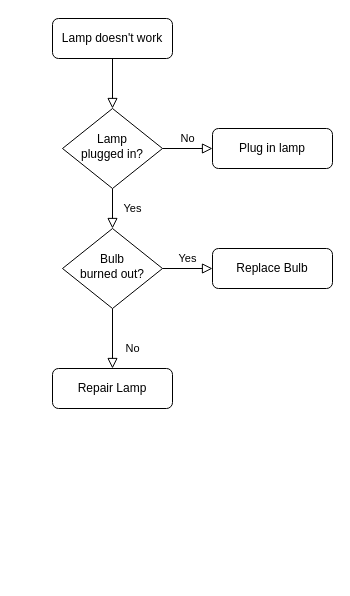
Earlier version of the draw.io diagram Revelation-Diary/Source/FlowChart/MyPage.drawio (Revelation-22/Revelation-Diary). Source tidied: cells renumbered, new cells numbered last; positions are measured from the earlier drawing's top-left corner, leaving out a move shared by most shapes. Both pictures are drawn from the tidied source at 100%, with x=0, y=0 at pixel (52, 18).
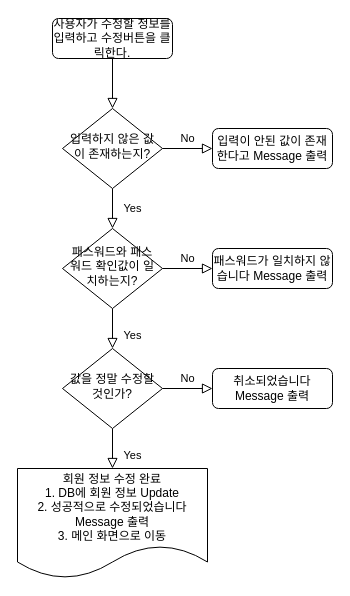
Above is the later version.

Change to the diagram source:
```diff
@@
 <mxGraphModel>
   <root>
     <mxCell id="0" />
     <mxCell id="1" parent="0" />
     <mxCell id="2" style="rounded=0;html=1;jettySize=auto;fontSize=11;endArrow=block;endFill=0;endSize=8;strokeWidth=1;shadow=0;labelBackgroundColor=none;edgeStyle=orthogonalEdgeStyle;" parent="1" edge="1" source="3" target="6">
       <mxGeometry relative="1" as="geometry" />
     </mxCell>
-    <mxCell id="3" value="Lamp doesn't work" style="rounded=1;whiteSpace=wrap;html=1;fontSize=12;glass=0;strokeWidth=1;shadow=0;" parent="1" vertex="1">
+    <mxCell id="3" value="사용자가 수정할 정보를 입력하고 수정버튼을 클릭한다." style="rounded=1;whiteSpace=wrap;html=1;fontSize=12;glass=0;strokeWidth=1;shadow=0;" parent="1" vertex="1">
       <mxGeometry width="120" height="40" as="geometry" />
     </mxCell>
     <mxCell id="4" value="Yes" style="rounded=0;html=1;jettySize=auto;fontSize=11;endArrow=block;endFill=0;endSize=8;strokeWidth=1;shadow=0;labelBackgroundColor=none;edgeStyle=orthogonalEdgeStyle;" parent="1" edge="1" source="6" target="10">
       <mxGeometry y="20" relative="1" as="geometry" />
     </mxCell>
     <mxCell id="5" value="No" style="edgeStyle=orthogonalEdgeStyle;rounded=0;html=1;jettySize=auto;fontSize=11;endArrow=block;endFill=0;endSize=8;strokeWidth=1;shadow=0;labelBackgroundColor=none;" parent="1" edge="1" source="6" target="7">
       <mxGeometry y="10" relative="1" as="geometry" />
     </mxCell>
-    <mxCell id="6" value="Lamp&lt;br&gt;plugged in?" style="rhombus;whiteSpace=wrap;html=1;shadow=0;fontFamily=Helvetica;fontSize=12;align=center;strokeWidth=1;spacing=6;spacingTop=-4;" parent="1" vertex="1">
+    <mxCell id="6" value="입력하지 않은 값이 존재하는지?" style="rhombus;whiteSpace=wrap;html=1;shadow=0;fontFamily=Helvetica;fontSize=12;align=center;strokeWidth=1;spacing=6;spacingTop=-4;" parent="1" vertex="1">
       <mxGeometry x="10" y="90" width="100" height="80" as="geometry" />
     </mxCell>
-    <mxCell id="7" value="Plug in lamp" style="rounded=1;whiteSpace=wrap;html=1;fontSize=12;glass=0;strokeWidth=1;shadow=0;" parent="1" vertex="1">
+    <mxCell id="7" value="입력이 안된 값이 존재한다고 Message 출력" style="rounded=1;whiteSpace=wrap;html=1;fontSize=12;glass=0;strokeWidth=1;shadow=0;" parent="1" vertex="1">
       <mxGeometry x="160" y="110" width="120" height="40" as="geometry" />
     </mxCell>
-    <mxCell id="8" value="No" style="rounded=0;html=1;jettySize=auto;fontSize=11;endArrow=block;endFill=0;endSize=8;strokeWidth=1;shadow=0;labelBackgroundColor=none;edgeStyle=orthogonalEdgeStyle;" parent="1" edge="1" source="10" target="11">
+    <mxCell id="8" value="Yes" style="rounded=0;html=1;jettySize=auto;fontSize=11;endArrow=block;endFill=0;endSize=8;strokeWidth=1;shadow=0;labelBackgroundColor=none;edgeStyle=orthogonalEdgeStyle;entryX=0.5;entryY=0;entryDx=0;entryDy=0;" parent="1" edge="1" source="10" target="15">
       <mxGeometry x="0.33" y="20" relative="1" as="geometry" />
     </mxCell>
-    <mxCell id="9" value="Yes" style="edgeStyle=orthogonalEdgeStyle;rounded=0;html=1;jettySize=auto;fontSize=11;endArrow=block;endFill=0;endSize=8;strokeWidth=1;shadow=0;labelBackgroundColor=none;" parent="1" edge="1" source="10" target="12">
+    <mxCell id="9" value="No" style="edgeStyle=orthogonalEdgeStyle;rounded=0;html=1;jettySize=auto;fontSize=11;endArrow=block;endFill=0;endSize=8;strokeWidth=1;shadow=0;labelBackgroundColor=none;" parent="1" edge="1" source="10" target="12">
       <mxGeometry y="10" relative="1" as="geometry" />
     </mxCell>
-    <mxCell id="10" value="Bulb&lt;br&gt;burned out?" style="rhombus;whiteSpace=wrap;html=1;shadow=0;fontFamily=Helvetica;fontSize=12;align=center;strokeWidth=1;spacing=6;spacingTop=-4;" parent="1" vertex="1">
+    <mxCell id="10" value="패스워드와 패스워드 확인값이 일치하는지?" style="rhombus;whiteSpace=wrap;html=1;shadow=0;fontFamily=Helvetica;fontSize=12;align=center;strokeWidth=1;spacing=6;spacingTop=-4;" parent="1" vertex="1">
       <mxGeometry x="10" y="210" width="100" height="80" as="geometry" />
     </mxCell>
-    <mxCell id="11" value="Repair Lamp" style="rounded=1;whiteSpace=wrap;html=1;fontSize=12;glass=0;strokeWidth=1;shadow=0;" parent="1" vertex="1">
-      <mxGeometry y="350" width="120" height="40" as="geometry" />
-    </mxCell>
-    <mxCell id="12" value="Replace Bulb" style="rounded=1;whiteSpace=wrap;html=1;fontSize=12;glass=0;strokeWidth=1;shadow=0;" parent="1" vertex="1">
+    <mxCell id="12" value="패스워드가 일치하지 않습니다 Message 출력" style="rounded=1;whiteSpace=wrap;html=1;fontSize=12;glass=0;strokeWidth=1;shadow=0;" parent="1" vertex="1">
       <mxGeometry x="160" y="230" width="120" height="40" as="geometry" />
     </mxCell>
+    <mxCell id="13" value="Yes" style="rounded=0;html=1;jettySize=auto;fontSize=11;endArrow=block;endFill=0;endSize=8;strokeWidth=1;shadow=0;labelBackgroundColor=none;edgeStyle=orthogonalEdgeStyle;entryX=0.5;entryY=0;entryDx=0;entryDy=0;" parent="1" edge="1" source="15" target="17">
+      <mxGeometry x="0.33" y="20" relative="1" as="geometry" />
+    </mxCell>
+    <mxCell id="14" value="No" style="edgeStyle=orthogonalEdgeStyle;rounded=0;html=1;jettySize=auto;fontSize=11;endArrow=block;endFill=0;endSize=8;strokeWidth=1;shadow=0;labelBackgroundColor=none;" parent="1" edge="1" source="15" target="16">
+      <mxGeometry y="10" relative="1" as="geometry" />
+    </mxCell>
+    <mxCell id="15" value="값을 정말 수정할 것인가?" style="rhombus;whiteSpace=wrap;html=1;shadow=0;fontFamily=Helvetica;fontSize=12;align=center;strokeWidth=1;spacing=6;spacingTop=-4;" parent="1" vertex="1">
+      <mxGeometry x="10" y="330" width="100" height="80" as="geometry" />
+    </mxCell>
+    <mxCell id="16" value="취소되었습니다 Message 출력" style="rounded=1;whiteSpace=wrap;html=1;fontSize=12;glass=0;strokeWidth=1;shadow=0;" parent="1" vertex="1">
+      <mxGeometry x="160" y="350" width="120" height="40" as="geometry" />
+    </mxCell>
+    <mxCell id="17" value="회원 정보 수정 완료&lt;br&gt;1. DB에 회원 정보 Update&lt;br&gt;2. 성공적으로 수정되었습니다 Message 출력&lt;br&gt;3. 메인 화면으로 이동" style="shape=document;whiteSpace=wrap;html=1;boundedLbl=1;" parent="1" vertex="1">
+      <mxGeometry x="-35" y="450" width="190" height="110" as="geometry" />
+    </mxCell>
   </root>
 </mxGraphModel>
```
